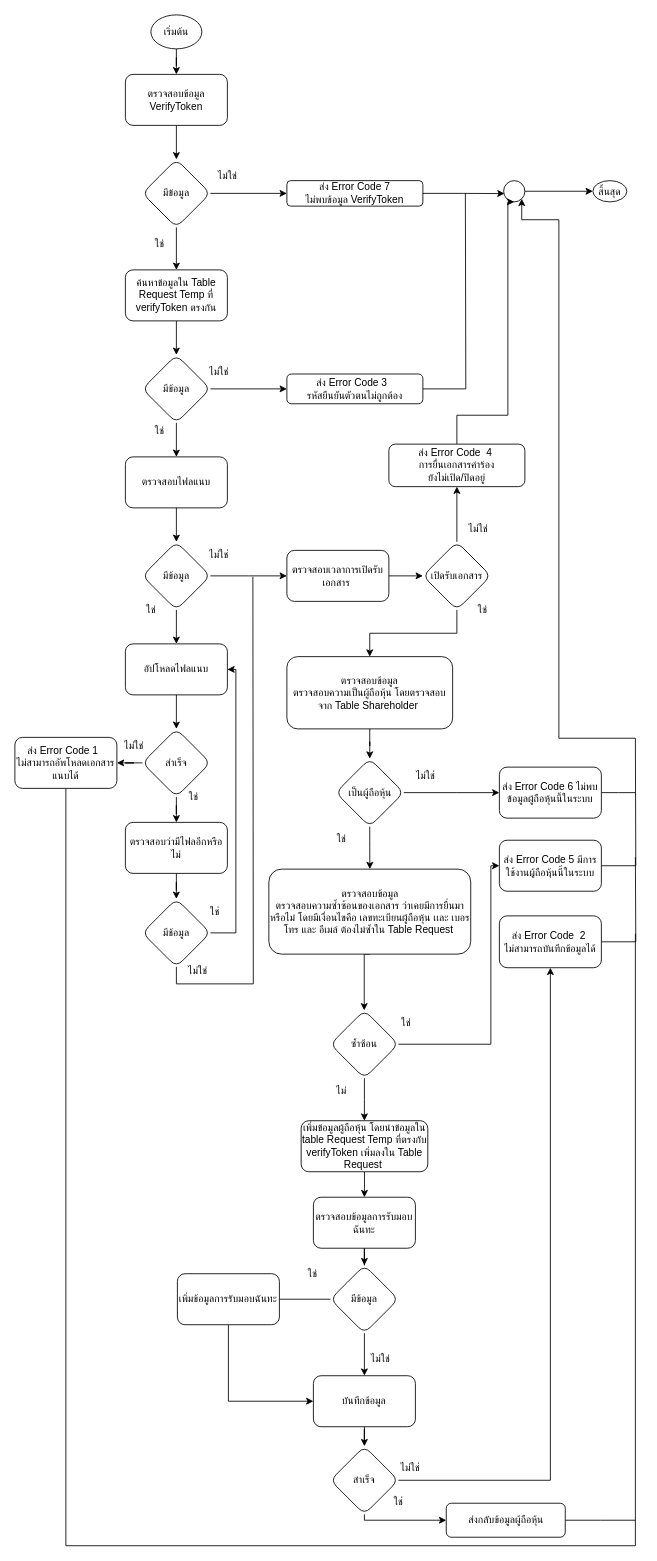
charifrodmanee/charifrodmanee keeps this draw.io diagram as CreateRequestForm.drawio. Above is the earlier version. Source tidied: cells renumbered, new cells numbered last; positions are measured from the earlier drawing's top-left corner, leaving out a move shared by most shapes. Both pictures are drawn from the tidied source at 85%, with x=0, y=0 at pixel (14, 14).
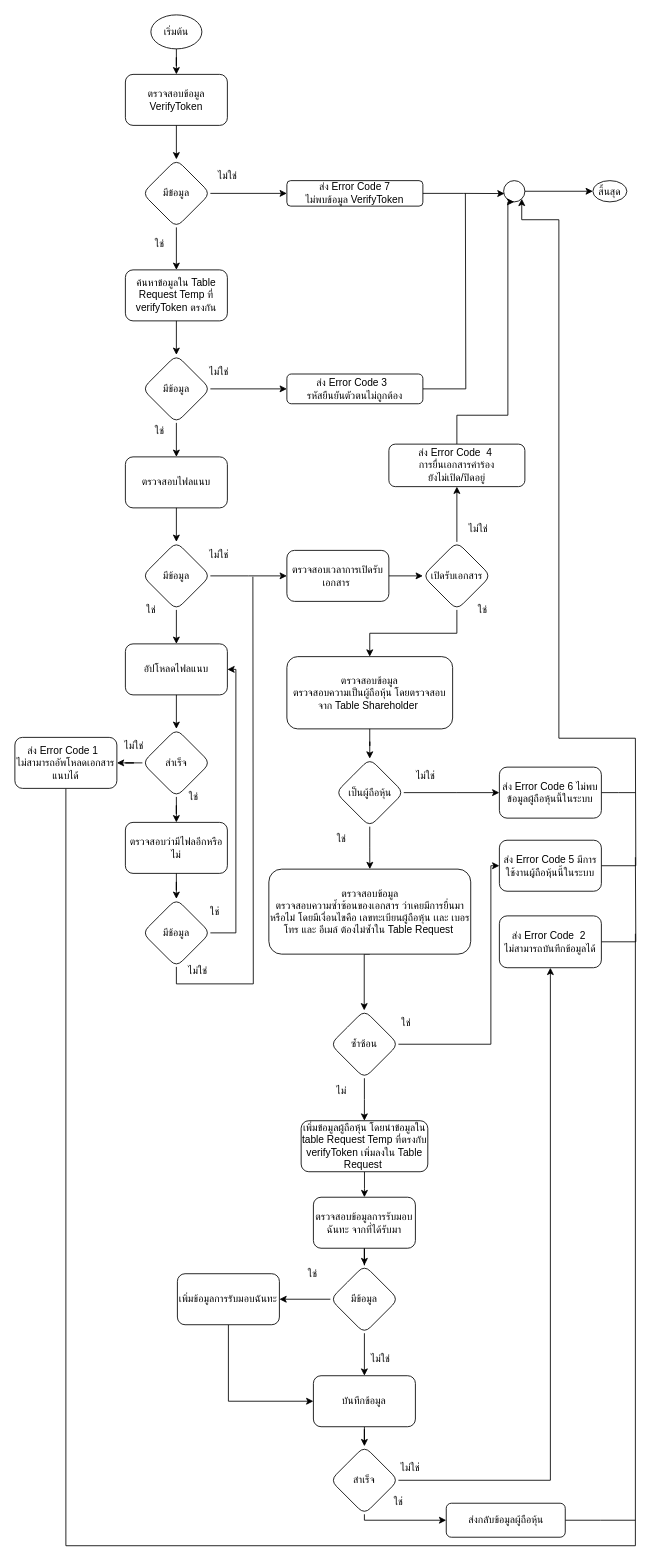
The same diagram, later.

Unchanged cells that the change refers to:
```xml
<mxCell id="91" value="มีข้อมูล" style="rhombus;whiteSpace=wrap;html=1;rounded=1;" parent="1" vertex="1">
  <mxGeometry x="371.2" y="1471" width="80" height="80" as="geometry" />
</mxCell>
<mxCell id="93" value="เพิ่มข้อมูลการรับมอบฉันทะ" style="whiteSpace=wrap;html=1;rounded=1;" parent="1" vertex="1">
  <mxGeometry x="191.2" y="1481" width="120" height="60" as="geometry" />
</mxCell>
```

The edit, as a diff of the source:
```diff
@@
-    <mxCell id="88" value="ตรวจสอบข้อมูลการรับมอบฉันทะ" style="whiteSpace=wrap;html=1;rounded=1;" parent="1" vertex="1">
+    <mxCell id="88" value="ตรวจสอบข้อมูลการรับมอบฉันทะ จากที่ได้รับมา" style="whiteSpace=wrap;html=1;rounded=1;" parent="1" vertex="1">
       <mxGeometry x="351.2" y="1391" width="120" height="60" as="geometry" />
     </mxCell>
-    <mxCell id="89" style="edgeStyle=orthogonalEdgeStyle;rounded=0;jettySize=auto;html=1;endArrow=none;endFill=0;" parent="1" edge="1" source="91" target="93">
+    <mxCell id="89" style="edgeStyle=orthogonalEdgeStyle;rounded=0;jettySize=auto;html=1;endArrow=classic;endFill=1;" parent="1" edge="1" source="91" target="93">
       <mxGeometry relative="1" as="geometry" />
     </mxCell>
```
